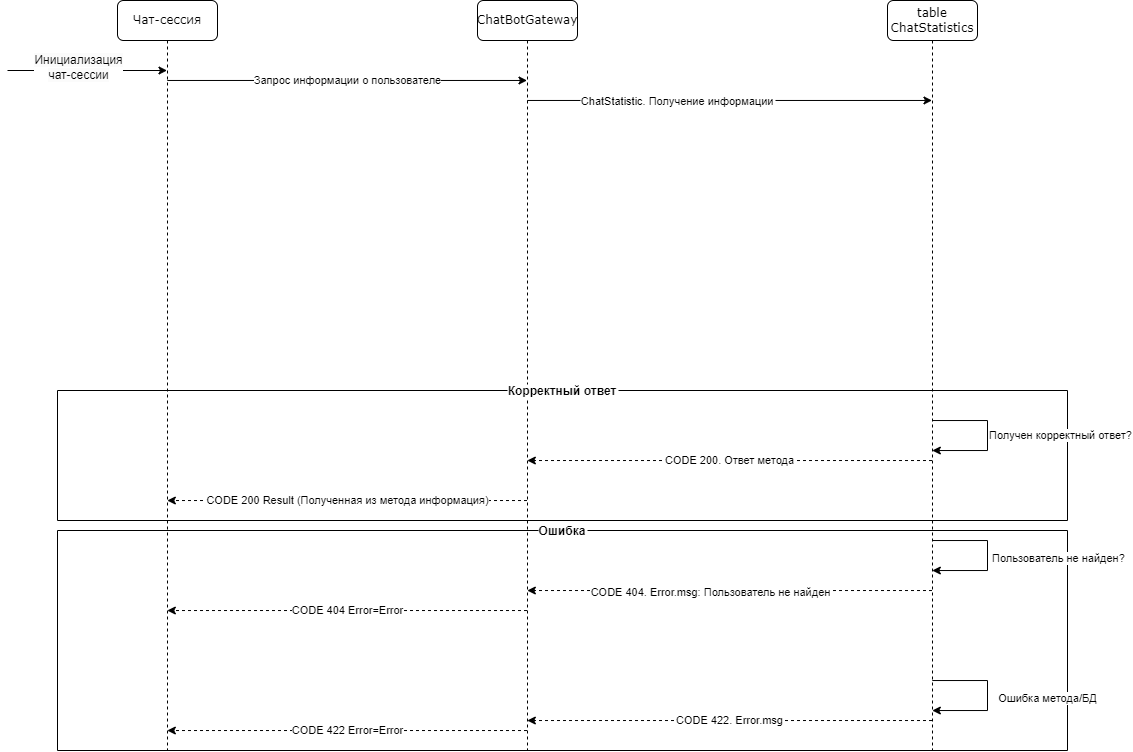
Before: Сервис.drawio.png, a diagram exported from draw.io (Owl-Grey/medsi_digital). Source tidied: cells renumbered, new cells last; positions are measured from the earlier drawing's top-left corner, leaving out a move shared by most shapes.
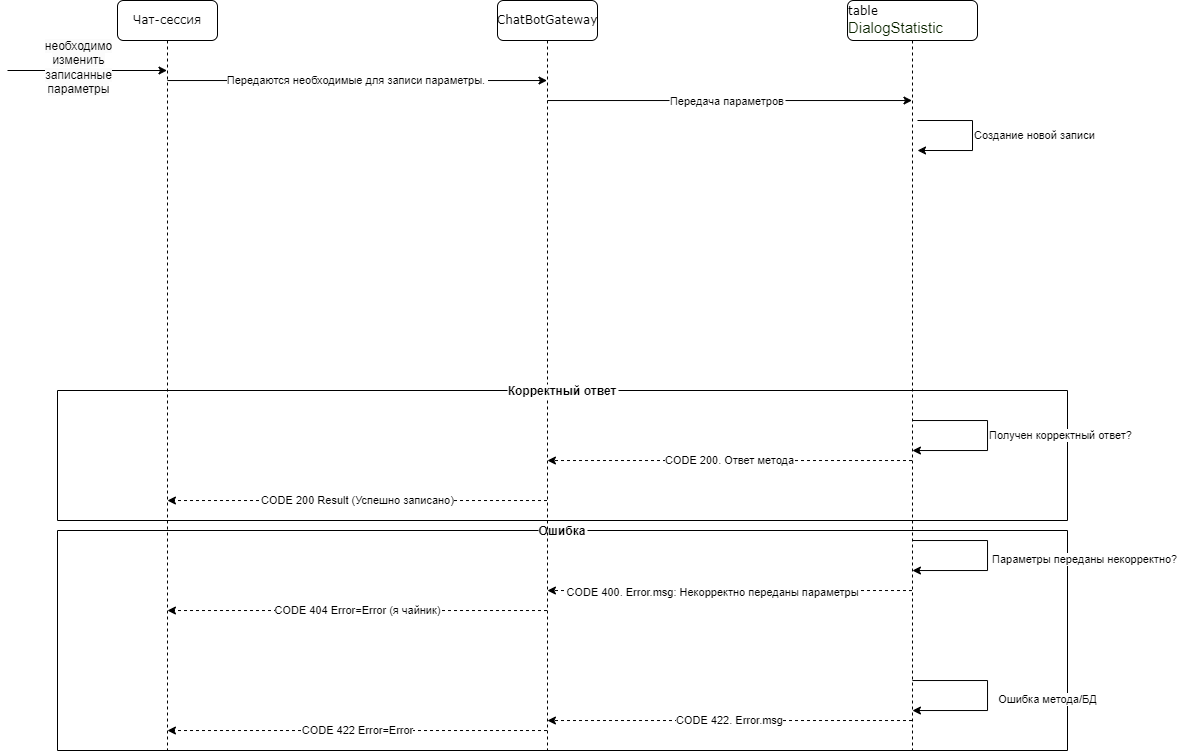
The same file after the commit.

Diff of the diagram source:
```diff
@@ -10,15 +10,15 @@
         </Array>
       </mxGeometry>
     </mxCell>
-    <mxCell id="3" value="ChatStatistic. Получение информации" style="edgeStyle=orthogonalEdgeStyle;rounded=0;jettySize=auto;verticalAlign=bottom;align=center;horizontal=1;" parent="1" edge="1" source="14" target="17">
-      <mxGeometry x="-0.26" y="-10" relative="1" as="geometry">
+    <mxCell id="3" value="Передача параметров" style="edgeStyle=orthogonalEdgeStyle;rounded=0;jettySize=auto;verticalAlign=bottom;align=center;horizontal=1;" parent="1" edge="1" source="14" target="17">
+      <mxGeometry x="-0.01" y="-10" relative="1" as="geometry">
         <Array as="points">
           <mxPoint x="720" y="100" />
           <mxPoint x="720" y="100" />
         </Array>
       </mxGeometry>
     </mxCell>
-    <mxCell id="4" value="Запрос информации о пользователе" style="edgeStyle=orthogonalEdgeStyle;rounded=0;jettySize=auto;html=1;" parent="1" edge="1" source="5" target="14">
+    <mxCell id="4" value="Передаются необходимые для записи параметры.&amp;nbsp;" style="edgeStyle=orthogonalEdgeStyle;rounded=0;jettySize=auto;html=1;" parent="1" edge="1" source="5" target="14">
       <mxGeometry relative="1" as="geometry">
         <Array as="points">
           <mxPoint x="360" y="80" />
@@ -34,7 +34,7 @@
         <mxPoint x="-110" y="70" as="sourcePoint" />
       </mxGeometry>
     </mxCell>
-    <mxCell id="7" value="&lt;span style=&quot;font-size: 12px; text-wrap: wrap; background-color: rgb(251, 251, 251);&quot;&gt;Инициализация чат-сессии&lt;/span&gt;" style="edgeLabel;html=1;align=center;verticalAlign=middle;" parent="6" vertex="1">
+    <mxCell id="7" value="&lt;span style=&quot;font-size: 12px; text-wrap: wrap; background-color: rgb(251, 251, 251);&quot;&gt;необходимо изменить записанные параметры&lt;/span&gt;" style="edgeLabel;html=1;align=center;verticalAlign=middle;" parent="6" vertex="1">
       <mxGeometry x="-0.11" y="3" relative="1" as="geometry" />
     </mxCell>
     <mxCell id="8" value="Ошибка" style="swimlane;startSize=0;labelBackgroundColor=default;" parent="1" vertex="1">
@@ -48,7 +48,7 @@
         </Array>
       </mxGeometry>
     </mxCell>
-    <mxCell id="10" value="CODE 404. Error.msg: Пользователь не найден" style="edgeLabel;html=1;align=center;verticalAlign=middle;" parent="9" vertex="1">
+    <mxCell id="10" value="CODE 400. Error.msg: Некорректно переданы параметры" style="edgeLabel;html=1;align=center;verticalAlign=middle;" parent="9" vertex="1">
       <mxGeometry x="0.1" y="2" relative="1" as="geometry" />
     </mxCell>
     <mxCell id="11" value="CODE 422. Error.msg" style="edgeStyle=orthogonalEdgeStyle;rounded=0;jettySize=auto;html=1;dashed=1;" parent="1" edge="1" source="17" target="14">
@@ -59,7 +59,7 @@
         </Array>
       </mxGeometry>
     </mxCell>
-    <mxCell id="12" value="CODE 200 Result (Полученная из метода информация)" style="edgeStyle=orthogonalEdgeStyle;rounded=0;jettySize=auto;html=1;dashed=1;" parent="1" edge="1" source="14" target="5">
+    <mxCell id="12" value="CODE 200 Result (Успешно записано)" style="edgeStyle=orthogonalEdgeStyle;rounded=0;jettySize=auto;html=1;dashed=1;" parent="1" edge="1" source="14" target="5">
       <mxGeometry relative="1" as="geometry">
         <Array as="points">
           <mxPoint x="340" y="500" />
@@ -67,7 +67,7 @@
         </Array>
       </mxGeometry>
     </mxCell>
-    <mxCell id="13" value="CODE 404 Error=Error" style="edgeStyle=orthogonalEdgeStyle;rounded=0;jettySize=auto;html=1;dashed=1;" parent="1" edge="1" source="14" target="5">
+    <mxCell id="13" value="CODE 404 Error=Error (я чайник)" style="edgeStyle=orthogonalEdgeStyle;rounded=0;jettySize=auto;html=1;dashed=1;" parent="1" edge="1" source="14" target="5">
       <mxGeometry relative="1" as="geometry">
         <Array as="points">
           <mxPoint x="330" y="610" />
@@ -76,7 +76,7 @@
       </mxGeometry>
     </mxCell>
     <mxCell id="14" value="ChatBotGateway" style="shape=umlLifeline;perimeter=lifelinePerimeter;whiteSpace=wrap;html=1;outlineConnect=0;rounded=1;shadow=0;comic=0;labelBackgroundColor=none;strokeWidth=1;fontFamily=Verdana;fontSize=12;align=center;" parent="1" vertex="1">
-      <mxGeometry x="470" width="100" height="750" as="geometry" />
+      <mxGeometry x="490" width="100" height="750" as="geometry" />
     </mxCell>
     <mxCell id="15" value="Корректный ответ" style="swimlane;startSize=0;labelBackgroundColor=default;" parent="1" vertex="1">
       <mxGeometry x="50" y="390" width="1010" height="130" as="geometry" />
@@ -89,9 +89,19 @@
         </Array>
       </mxGeometry>
     </mxCell>
-    <mxCell id="17" value="table ChatStatistics" style="shape=umlLifeline;perimeter=lifelinePerimeter;whiteSpace=wrap;html=1;outlineConnect=0;rounded=1;shadow=0;comic=0;labelBackgroundColor=none;strokeWidth=1;fontFamily=Verdana;fontSize=12;align=center;" parent="1" vertex="1">
-      <mxGeometry x="880" width="90" height="750" as="geometry" />
+    <mxCell id="17" value="&lt;div style=&quot;text-align: start;&quot;&gt;&lt;span style=&quot;background-color: initial;&quot;&gt;table &lt;/span&gt;&lt;span style=&quot;background-color: initial; font-size: 15px;&quot;&gt;&lt;font face=&quot;YS Text, Helvetica Neue, Arial, Helvetica, sans-serif&quot; color=&quot;rgba(255, 255, 255, 0.85)&quot;&gt;DialogStatistic&lt;/font&gt;&lt;/span&gt;&lt;/div&gt;" style="shape=umlLifeline;perimeter=lifelinePerimeter;whiteSpace=wrap;html=1;outlineConnect=0;rounded=1;shadow=0;comic=0;labelBackgroundColor=none;strokeWidth=1;fontFamily=Verdana;fontSize=12;align=center;" parent="1" vertex="1">
+      <mxGeometry x="840" width="130" height="750" as="geometry" />
     </mxCell>
+    <mxCell id="23" value="Создание новой записи&amp;nbsp;" style="edgeStyle=orthogonalEdgeStyle;rounded=0;orthogonalLoop=1;jettySize=auto;html=1;align=left;" parent="17" edge="1">
+      <mxGeometry relative="1" as="geometry">
+        <mxPoint x="70" y="120" as="sourcePoint" />
+        <mxPoint x="70" y="150" as="targetPoint" />
+        <Array as="points">
+          <mxPoint x="125" y="120" />
+          <mxPoint x="125" y="150" />
+        </Array>
+      </mxGeometry>
+    </mxCell>
     <mxCell id="18" style="edgeStyle=orthogonalEdgeStyle;rounded=0;orthogonalLoop=1;jettySize=auto;html=1;" parent="1" edge="1" source="17" target="17">
       <mxGeometry relative="1" as="geometry">
         <Array as="points">
@@ -100,7 +110,7 @@
         </Array>
       </mxGeometry>
     </mxCell>
-    <mxCell id="19" value="Пользователь не найден?" style="edgeLabel;html=1;align=left;verticalAlign=middle;" parent="18" vertex="1">
+    <mxCell id="19" value="Параметры переданы некорректно?" style="edgeLabel;html=1;align=left;verticalAlign=middle;" parent="18" vertex="1">
       <mxGeometry x="0.04" y="3" relative="1" as="geometry" />
     </mxCell>
     <mxCell id="20" style="edgeStyle=orthogonalEdgeStyle;rounded=0;orthogonalLoop=1;jettySize=auto;html=1;align=center;verticalAlign=top;" parent="1" edge="1" source="17" target="17">
```
